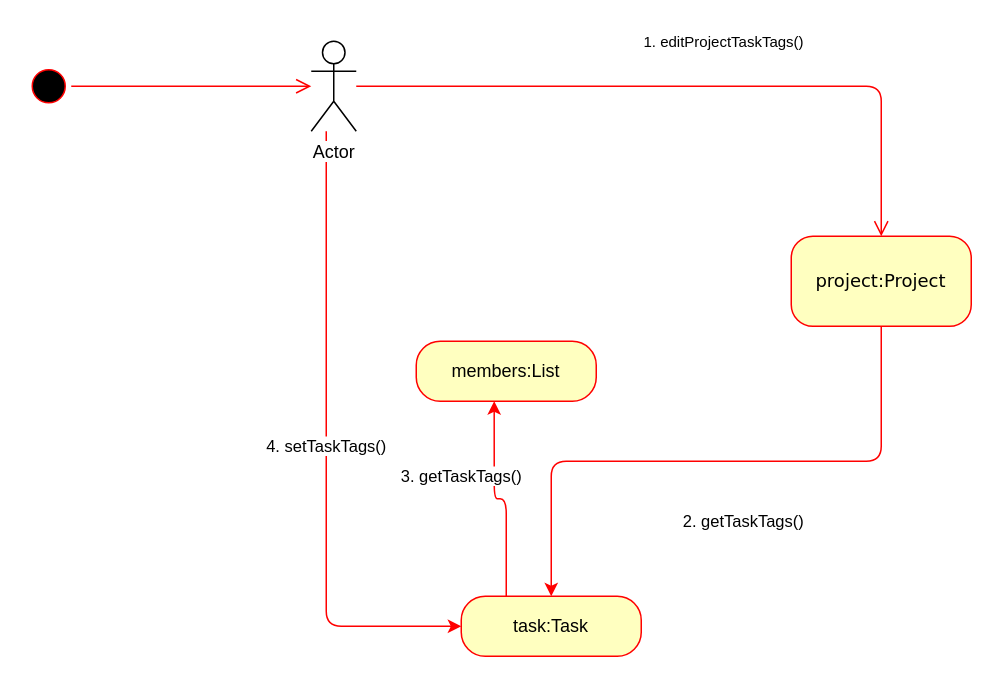
The draw.io diagram Behavioral Modeling/com diagram - task - edit task tags.drawio in amirabbas8/ScrumOfficer, before the edit. Source tidied: cells renumbered, new cells numbered last; positions are measured from the earlier drawing's top-left corner, leaving out a move shared by most shapes. Both pictures are drawn from the tidied source at 150%, with x=0, y=0 at pixel (26, 26).
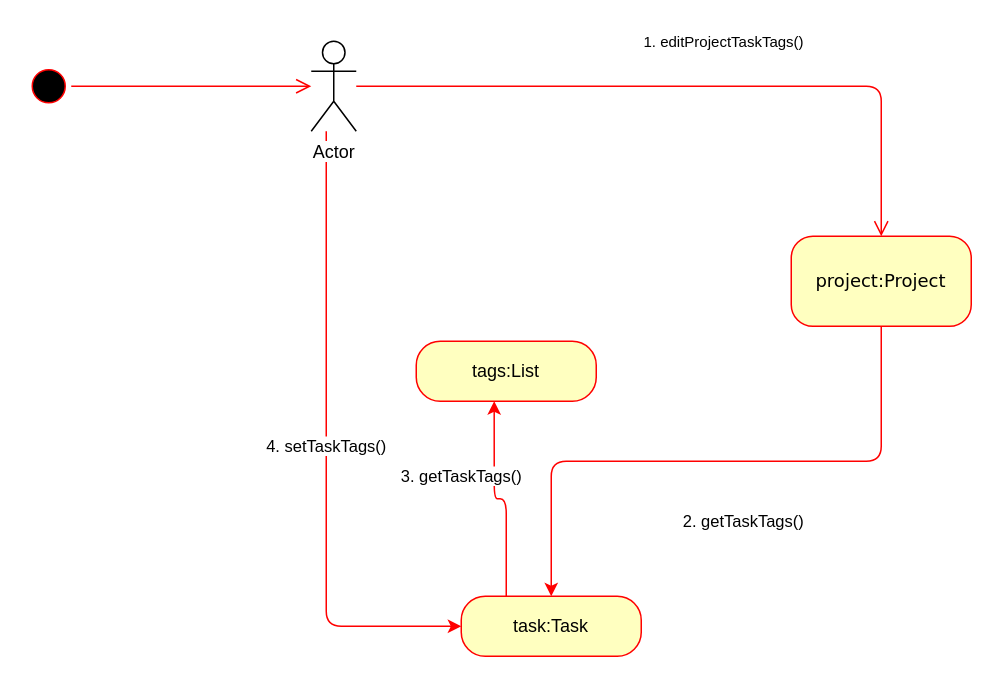
The same diagram, later.

Commit message:
edit task tags com dgrm #25

Diff of the diagram source:
```diff
@@
 <mxGraphModel background="#ffffff">
   <root>
     <mxCell id="0" />
     <mxCell id="1" parent="0" />
     <mxCell id="2" style="ellipse;html=1;shape=startState;fillColor=#000000;strokeColor=#ff0000;rounded=1;shadow=0;comic=0;labelBackgroundColor=none;fontFamily=Verdana;fontSize=12;fontColor=#000000;align=center;direction=south;" parent="1" vertex="1">
       <mxGeometry y="25" width="30" height="30" as="geometry" />
     </mxCell>
     <mxCell id="3" value="2. getTaskTags()" style="edgeStyle=orthogonalEdgeStyle;rounded=1;jettySize=auto;html=1;exitX=0.5;exitY=1;exitDx=0;exitDy=0;strokeColor=#FF0000;" parent="1" edge="1" source="4" target="11">
       <mxGeometry x="-0.09" y="40" relative="1" as="geometry" />
     </mxCell>
     <mxCell id="4" value="project:Project" style="rounded=1;whiteSpace=wrap;html=1;arcSize=24;fillColor=#ffffc0;strokeColor=#ff0000;shadow=0;comic=0;labelBackgroundColor=none;fontFamily=Verdana;fontSize=12;fontColor=#000000;align=center;" parent="1" vertex="1">
       <mxGeometry x="510" y="140" width="120" height="60" as="geometry" />
     </mxCell>
     <mxCell id="5" style="edgeStyle=orthogonalEdgeStyle;html=1;labelBackgroundColor=none;endArrow=open;endSize=8;strokeColor=#ff0000;fontFamily=Verdana;fontSize=12;align=left;" parent="1" edge="1" source="2">
       <mxGeometry relative="1" as="geometry">
         <mxPoint x="190" y="40" as="targetPoint" />
       </mxGeometry>
     </mxCell>
     <mxCell id="6" style="edgeStyle=orthogonalEdgeStyle;html=1;labelBackgroundColor=none;endArrow=open;endSize=8;strokeColor=#ff0000;fontFamily=Verdana;fontSize=12;align=left;" parent="1" edge="1" target="4">
       <mxGeometry relative="1" as="geometry">
         <mxPoint x="220" y="40" as="sourcePoint" />
         <Array as="points">
           <mxPoint x="230" y="40" />
           <mxPoint x="350" y="40" />
         </Array>
       </mxGeometry>
     </mxCell>
     <mxCell id="7" value="4. setTaskTags()" style="edgeStyle=orthogonalEdgeStyle;rounded=1;jettySize=auto;html=1;entryX=0;entryY=0.5;entryDx=0;entryDy=0;strokeColor=#FF0000;" parent="1" edge="1" source="8" target="11">
       <mxGeometry relative="1" as="geometry">
         <Array as="points">
           <mxPoint x="200" y="400" />
         </Array>
       </mxGeometry>
     </mxCell>
     <mxCell id="8" value="Actor" style="shape=umlActor;verticalLabelPosition=bottom;labelBackgroundColor=#ffffff;verticalAlign=top;html=1;outlineConnect=0;" parent="1" vertex="1">
       <mxGeometry x="190" y="10" width="30" height="60" as="geometry" />
     </mxCell>
     <mxCell id="9" value="&lt;font style=&quot;font-size: 10px&quot;&gt;1. editProjectTaskTags()&lt;/font&gt;" style="text;html=1;align=left;verticalAlign=top;spacingTop=-4;" parent="1" vertex="1">
       <mxGeometry x="410" width="120" height="20" as="geometry" />
     </mxCell>
     <mxCell id="10" value="3. getTaskTags()" style="edgeStyle=orthogonalEdgeStyle;rounded=1;jettySize=auto;html=1;exitX=0.25;exitY=0;exitDx=0;exitDy=0;entryX=0.433;entryY=1;entryDx=0;entryDy=0;entryPerimeter=0;strokeColor=#FF0000;" parent="1" edge="1" source="11" target="12">
       <mxGeometry x="0.28" y="22" relative="1" as="geometry" />
     </mxCell>
     <mxCell id="11" value="task:Task" style="rounded=1;whiteSpace=wrap;html=1;arcSize=40;fontColor=#000000;fillColor=#ffffc0;strokeColor=#ff0000;" parent="1" vertex="1">
       <mxGeometry x="290" y="380" width="120" height="40" as="geometry" />
     </mxCell>
-    <mxCell id="12" value="members:List" style="rounded=1;whiteSpace=wrap;html=1;arcSize=40;fontColor=#000000;fillColor=#ffffc0;strokeColor=#ff0000;" parent="1" vertex="1">
+    <mxCell id="12" value="tags:List" style="rounded=1;whiteSpace=wrap;html=1;arcSize=40;fontColor=#000000;fillColor=#ffffc0;strokeColor=#ff0000;" parent="1" vertex="1">
       <mxGeometry x="260" y="210" width="120" height="40" as="geometry" />
     </mxCell>
   </root>
 </mxGraphModel>
```
